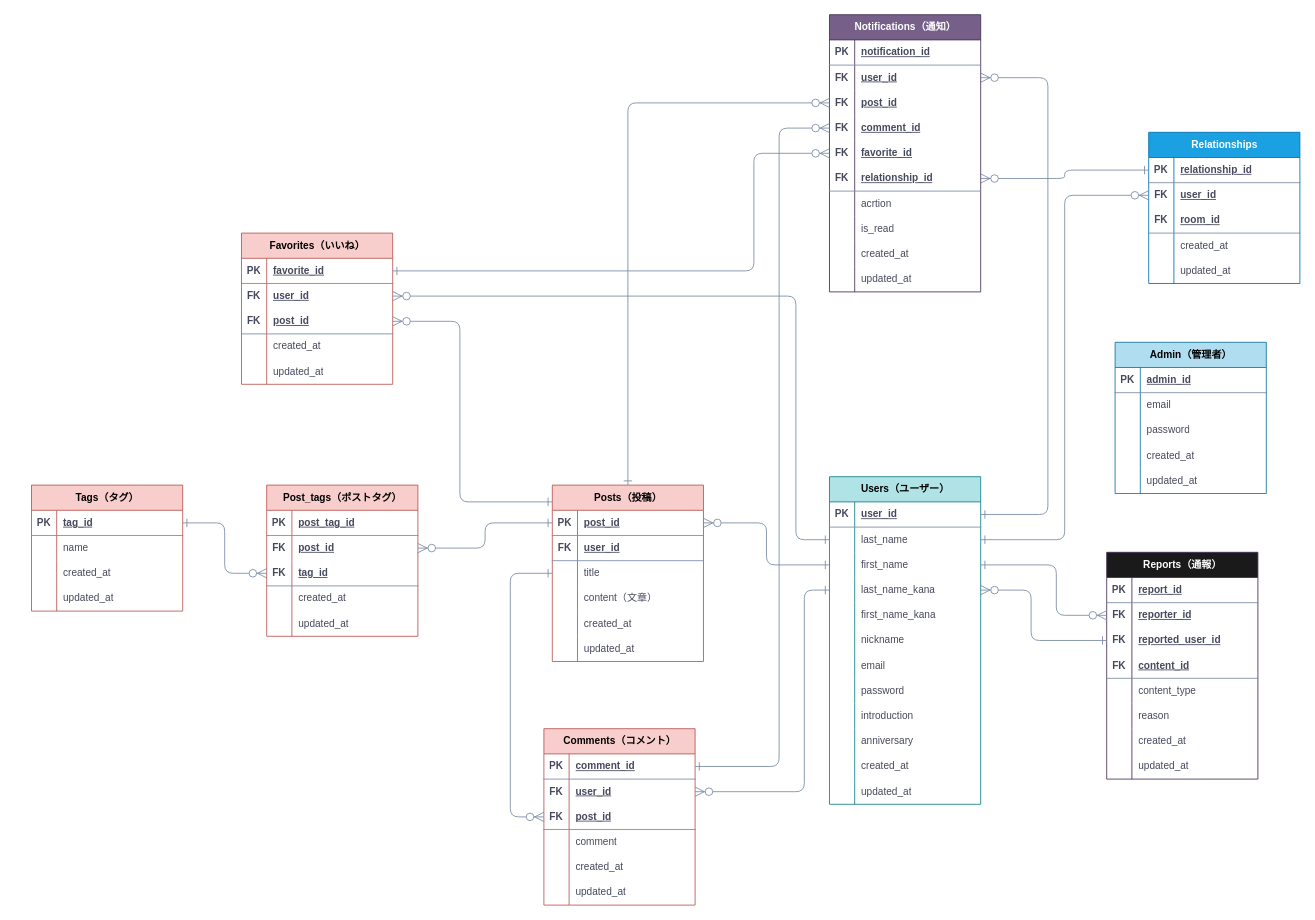
Before: vloglaphy.drawio in Solo-Innovator/2seeds, a draw.io diagram. Source tidied: cells renumbered, new cells numbered last; positions are measured from the earlier drawing's top-left corner, leaving out a move shared by most shapes. Both pictures are drawn from the tidied source at 84%, with x=0, y=0 at pixel (14, 14).
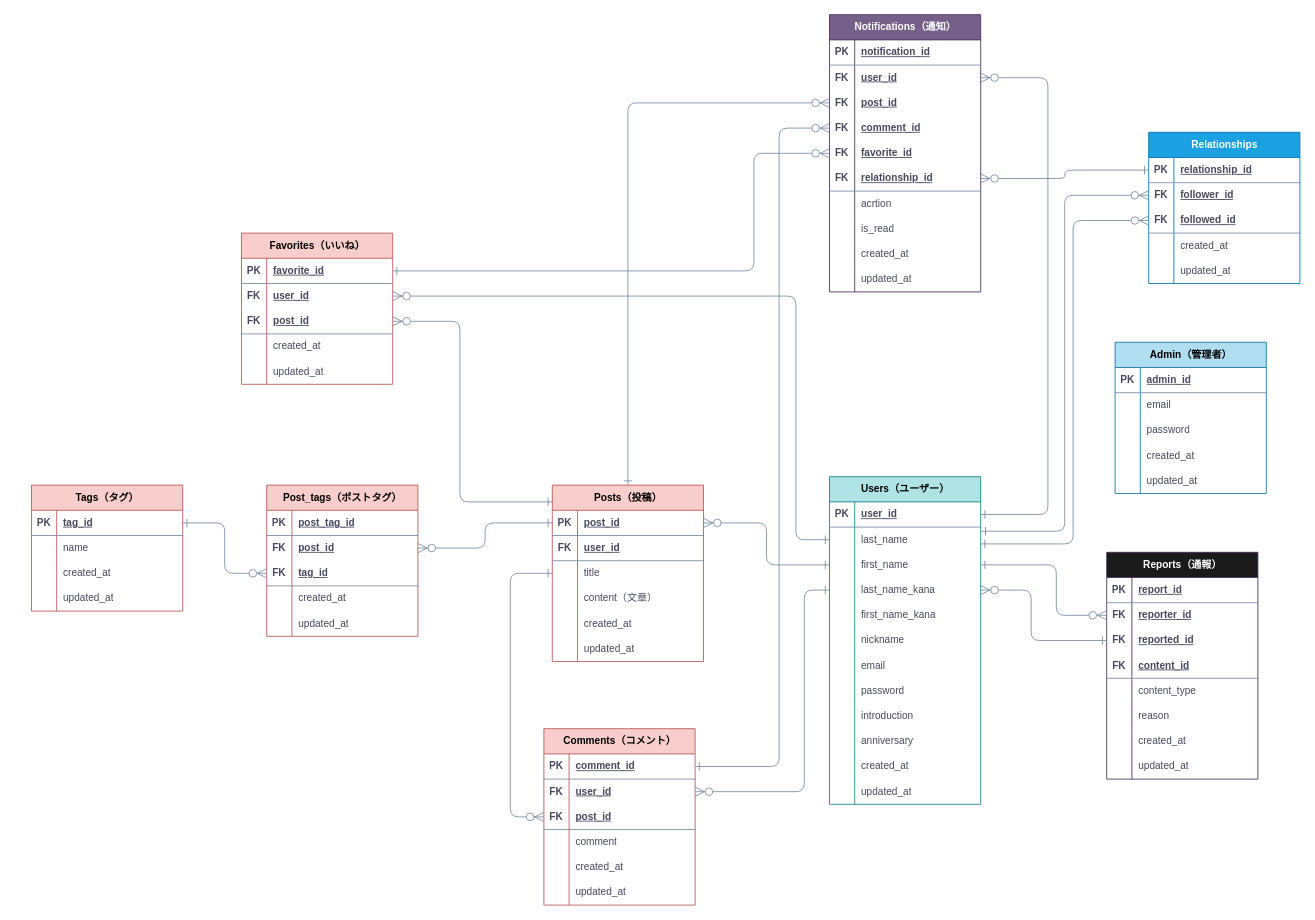
The same diagram, later.

Commit message (it also covers changes not shown here):
vloglaphy.drawio を更新します

Unchanged cells that the change refers to:
```xml
<mxCell id="22" style="shape=tableRow;horizontal=0;startSize=0;swimlaneHead=0;swimlaneBody=0;fillColor=none;points=[[0,0.5],[1,0.5]];portConstraint=eastwest;top=0;left=0;right=0;bottom=0;strokeColor=#788AA3;fontFamily=Helvetica;fontSize=12;fontColor=#46495D;html=1;labelBackgroundColor=none;" parent="18" vertex="1">
  <mxGeometry y="60" width="180" height="30" as="geometry" />
</mxCell>
<mxCell id="122" style="shape=tableRow;horizontal=0;startSize=0;swimlaneHead=0;swimlaneBody=0;fillColor=none;points=[[0,0.5],[1,0.5]];portConstraint=eastwest;top=0;left=0;right=0;bottom=0;strokeColor=#788AA3;fontFamily=Helvetica;fontSize=12;fontColor=#46495D;html=1;labelBackgroundColor=none;" parent="118" vertex="1">
  <mxGeometry y="60" width="180" height="30" as="geometry" />
</mxCell>
<mxCell id="125" style="shape=tableRow;horizontal=0;startSize=0;swimlaneHead=0;swimlaneBody=0;fillColor=none;points=[[0,0.5],[1,0.5]];portConstraint=eastwest;top=0;left=0;right=0;bottom=1;strokeColor=#788AA3;fontFamily=Helvetica;fontSize=12;fontColor=#46495D;html=1;labelBackgroundColor=none;" parent="118" vertex="1">
  <mxGeometry y="90" width="180" height="30" as="geometry" />
</mxCell>
<mxCell id="211" style="shape=tableRow;horizontal=0;startSize=0;swimlaneHead=0;swimlaneBody=0;fillColor=none;points=[[0,0.5],[1,0.5]];portConstraint=eastwest;top=0;left=0;right=0;bottom=0;strokeColor=#788AA3;fontFamily=Helvetica;fontSize=12;fontColor=#46495D;html=1;labelBackgroundColor=none;" parent="204" vertex="1">
  <mxGeometry y="90" width="180" height="30" as="geometry" />
</mxCell>
```

Change to the diagram source:
```diff
@@
-    <mxCell id="124" value="&lt;u&gt;&lt;b&gt;user_id&lt;/b&gt;&lt;/u&gt;" style="shape=partialRectangle;fillColor=none;top=0;left=0;bottom=0;right=0;align=left;spacingLeft=6;overflow=hidden;whiteSpace=wrap;html=1;strokeColor=#788AA3;fontFamily=Helvetica;fontSize=12;fontColor=#46495D;startSize=23;labelBackgroundColor=none;" parent="122" vertex="1">
+    <mxCell id="124" value="&lt;u&gt;&lt;b&gt;follower_id&lt;/b&gt;&lt;/u&gt;" style="shape=partialRectangle;fillColor=none;top=0;left=0;bottom=0;right=0;align=left;spacingLeft=6;overflow=hidden;whiteSpace=wrap;html=1;strokeColor=#788AA3;fontFamily=Helvetica;fontSize=12;fontColor=#46495D;startSize=23;labelBackgroundColor=none;" parent="122" vertex="1">
       <mxGeometry x="30" width="150" height="30" as="geometry" />
     </mxCell>
@@
-    <mxCell id="127" value="room_id" style="shape=partialRectangle;fillColor=none;top=0;left=0;bottom=0;right=0;align=left;spacingLeft=6;fontStyle=5;overflow=hidden;whiteSpace=wrap;html=1;strokeColor=#788AA3;fontFamily=Helvetica;fontSize=12;fontColor=#46495D;startSize=23;labelBackgroundColor=none;" parent="125" vertex="1">
+    <mxCell id="127" value="followed_id" style="shape=partialRectangle;fillColor=none;top=0;left=0;bottom=0;right=0;align=left;spacingLeft=6;fontStyle=5;overflow=hidden;whiteSpace=wrap;html=1;strokeColor=#788AA3;fontFamily=Helvetica;fontSize=12;fontColor=#46495D;startSize=23;labelBackgroundColor=none;" parent="125" vertex="1">
       <mxGeometry x="30" width="150" height="30" as="geometry" />
     </mxCell>
@@
-    <mxCell id="134" style="edgeStyle=elbowEdgeStyle;fontSize=12;html=1;endArrow=ERzeroToMany;endFill=1;fontFamily=Helvetica;fontColor=default;startSize=8;rounded=1;startArrow=ERone;startFill=0;endSize=9;labelBackgroundColor=none;strokeColor=#788AA3;entryX=0;entryY=0.5;entryDx=0;entryDy=0;exitX=1;exitY=0.5;exitDx=0;exitDy=0;" parent="1" edge="1" source="22" target="122">
+    <mxCell id="134" style="edgeStyle=elbowEdgeStyle;fontSize=12;html=1;endArrow=ERzeroToMany;endFill=1;fontFamily=Helvetica;fontColor=default;startSize=8;rounded=1;startArrow=ERone;startFill=0;endSize=9;labelBackgroundColor=none;strokeColor=#788AA3;entryX=0;entryY=0.5;entryDx=0;entryDy=0;exitX=1.004;exitY=0.163;exitDx=0;exitDy=0;exitPerimeter=0;" parent="1" edge="1" source="22" target="122">
       <mxGeometry relative="1" as="geometry" />
     </mxCell>
@@
-    <mxCell id="213" value="&lt;u&gt;&lt;b&gt;reported_user_id&lt;/b&gt;&lt;/u&gt;" style="shape=partialRectangle;fillColor=none;top=0;left=0;bottom=0;right=0;align=left;spacingLeft=6;overflow=hidden;whiteSpace=wrap;html=1;strokeColor=#788AA3;fontFamily=Helvetica;fontSize=12;fontColor=#46495D;startSize=23;labelBackgroundColor=none;" parent="211" vertex="1">
+    <mxCell id="213" value="&lt;u&gt;&lt;b&gt;reported_id&lt;/b&gt;&lt;/u&gt;" style="shape=partialRectangle;fillColor=none;top=0;left=0;bottom=0;right=0;align=left;spacingLeft=6;overflow=hidden;whiteSpace=wrap;html=1;strokeColor=#788AA3;fontFamily=Helvetica;fontSize=12;fontColor=#46495D;startSize=23;labelBackgroundColor=none;" parent="211" vertex="1">
       <mxGeometry x="30" width="150" height="30" as="geometry" />
     </mxCell>
@@
+    <mxCell id="231" style="edgeStyle=elbowEdgeStyle;fontSize=12;html=1;endArrow=ERzeroToMany;endFill=1;fontFamily=Helvetica;fontColor=default;startSize=8;rounded=1;startArrow=ERone;startFill=0;endSize=9;labelBackgroundColor=none;strokeColor=#788AA3;entryX=0;entryY=0.5;entryDx=0;entryDy=0;exitX=1;exitY=0.667;exitDx=0;exitDy=0;exitPerimeter=0;" parent="1" edge="1" source="22" target="125">
+      <mxGeometry relative="1" as="geometry">
+        <Array as="points">
+          <mxPoint x="1260" y="440" />
+        </Array>
+      </mxGeometry>
+    </mxCell>
```
